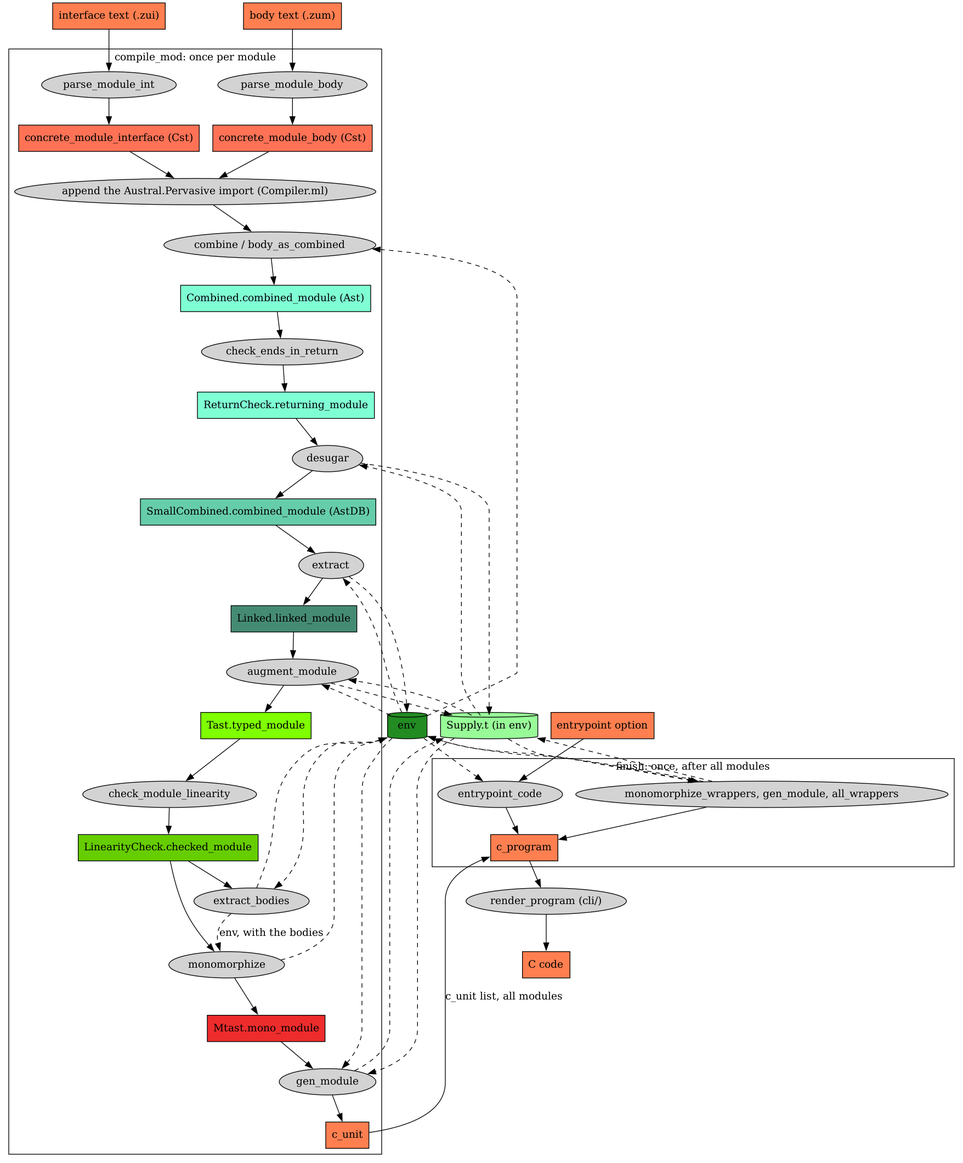
This is docs/pipeline.png from seiei-sogen/zustral, a Graphviz export, as it was before one commit. Its source is kept beside it as docs/pipeline.dot.
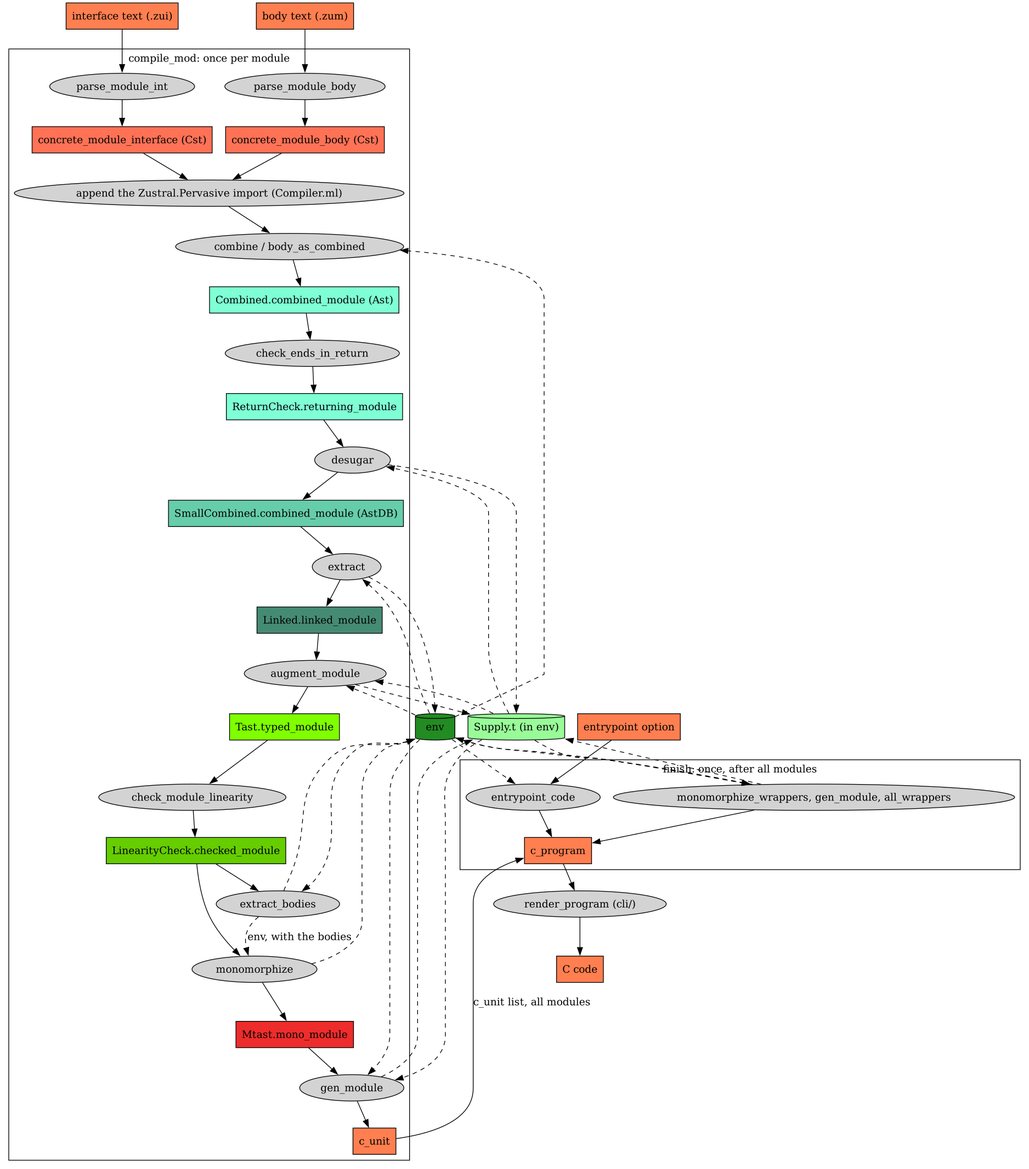
After the commit.

Diff of the diagram source:
```diff
@@ -21,7 +21,7 @@
 
         parse_int[label="parse_module_int"]
         parse_body[label="parse_module_body"]
-        pervasive[label="append the Austral.Pervasive import (Compiler.ml)"]
+        pervasive[label="append the Zustral.Pervasive import (Compiler.ml)"]
         combine[label="combine / body_as_combined"]
         check_returns[label="check_ends_in_return"]
         desugar[label="desugar"]
```
